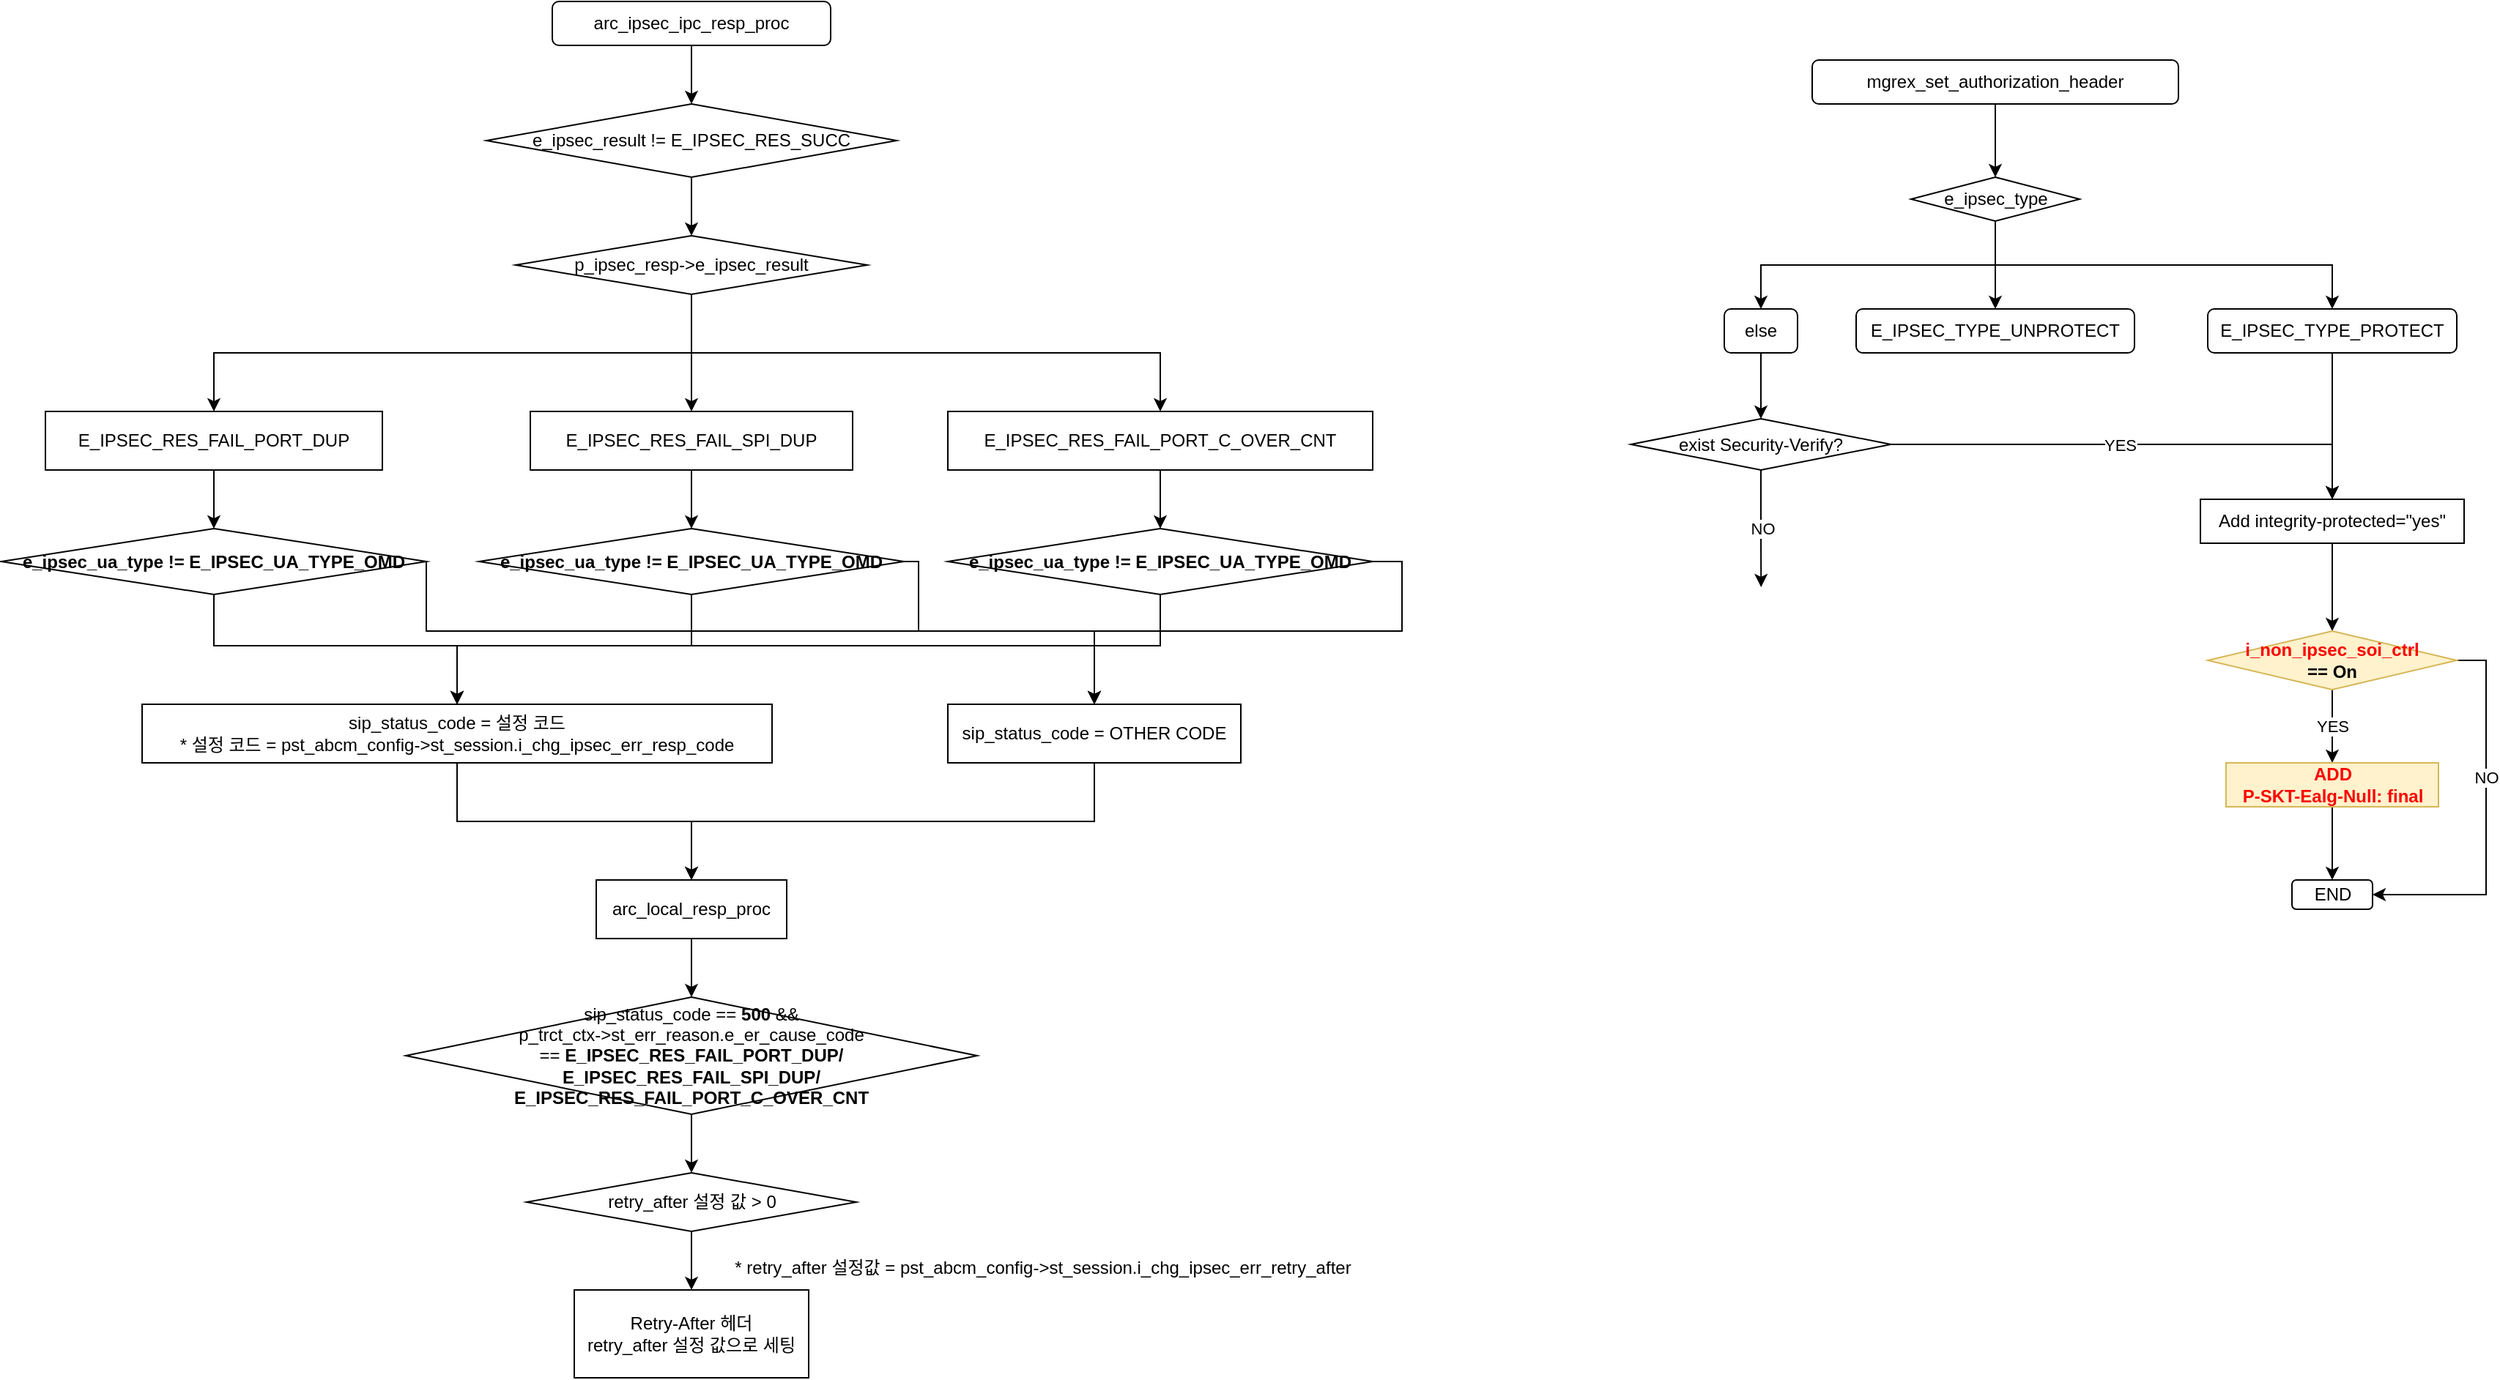
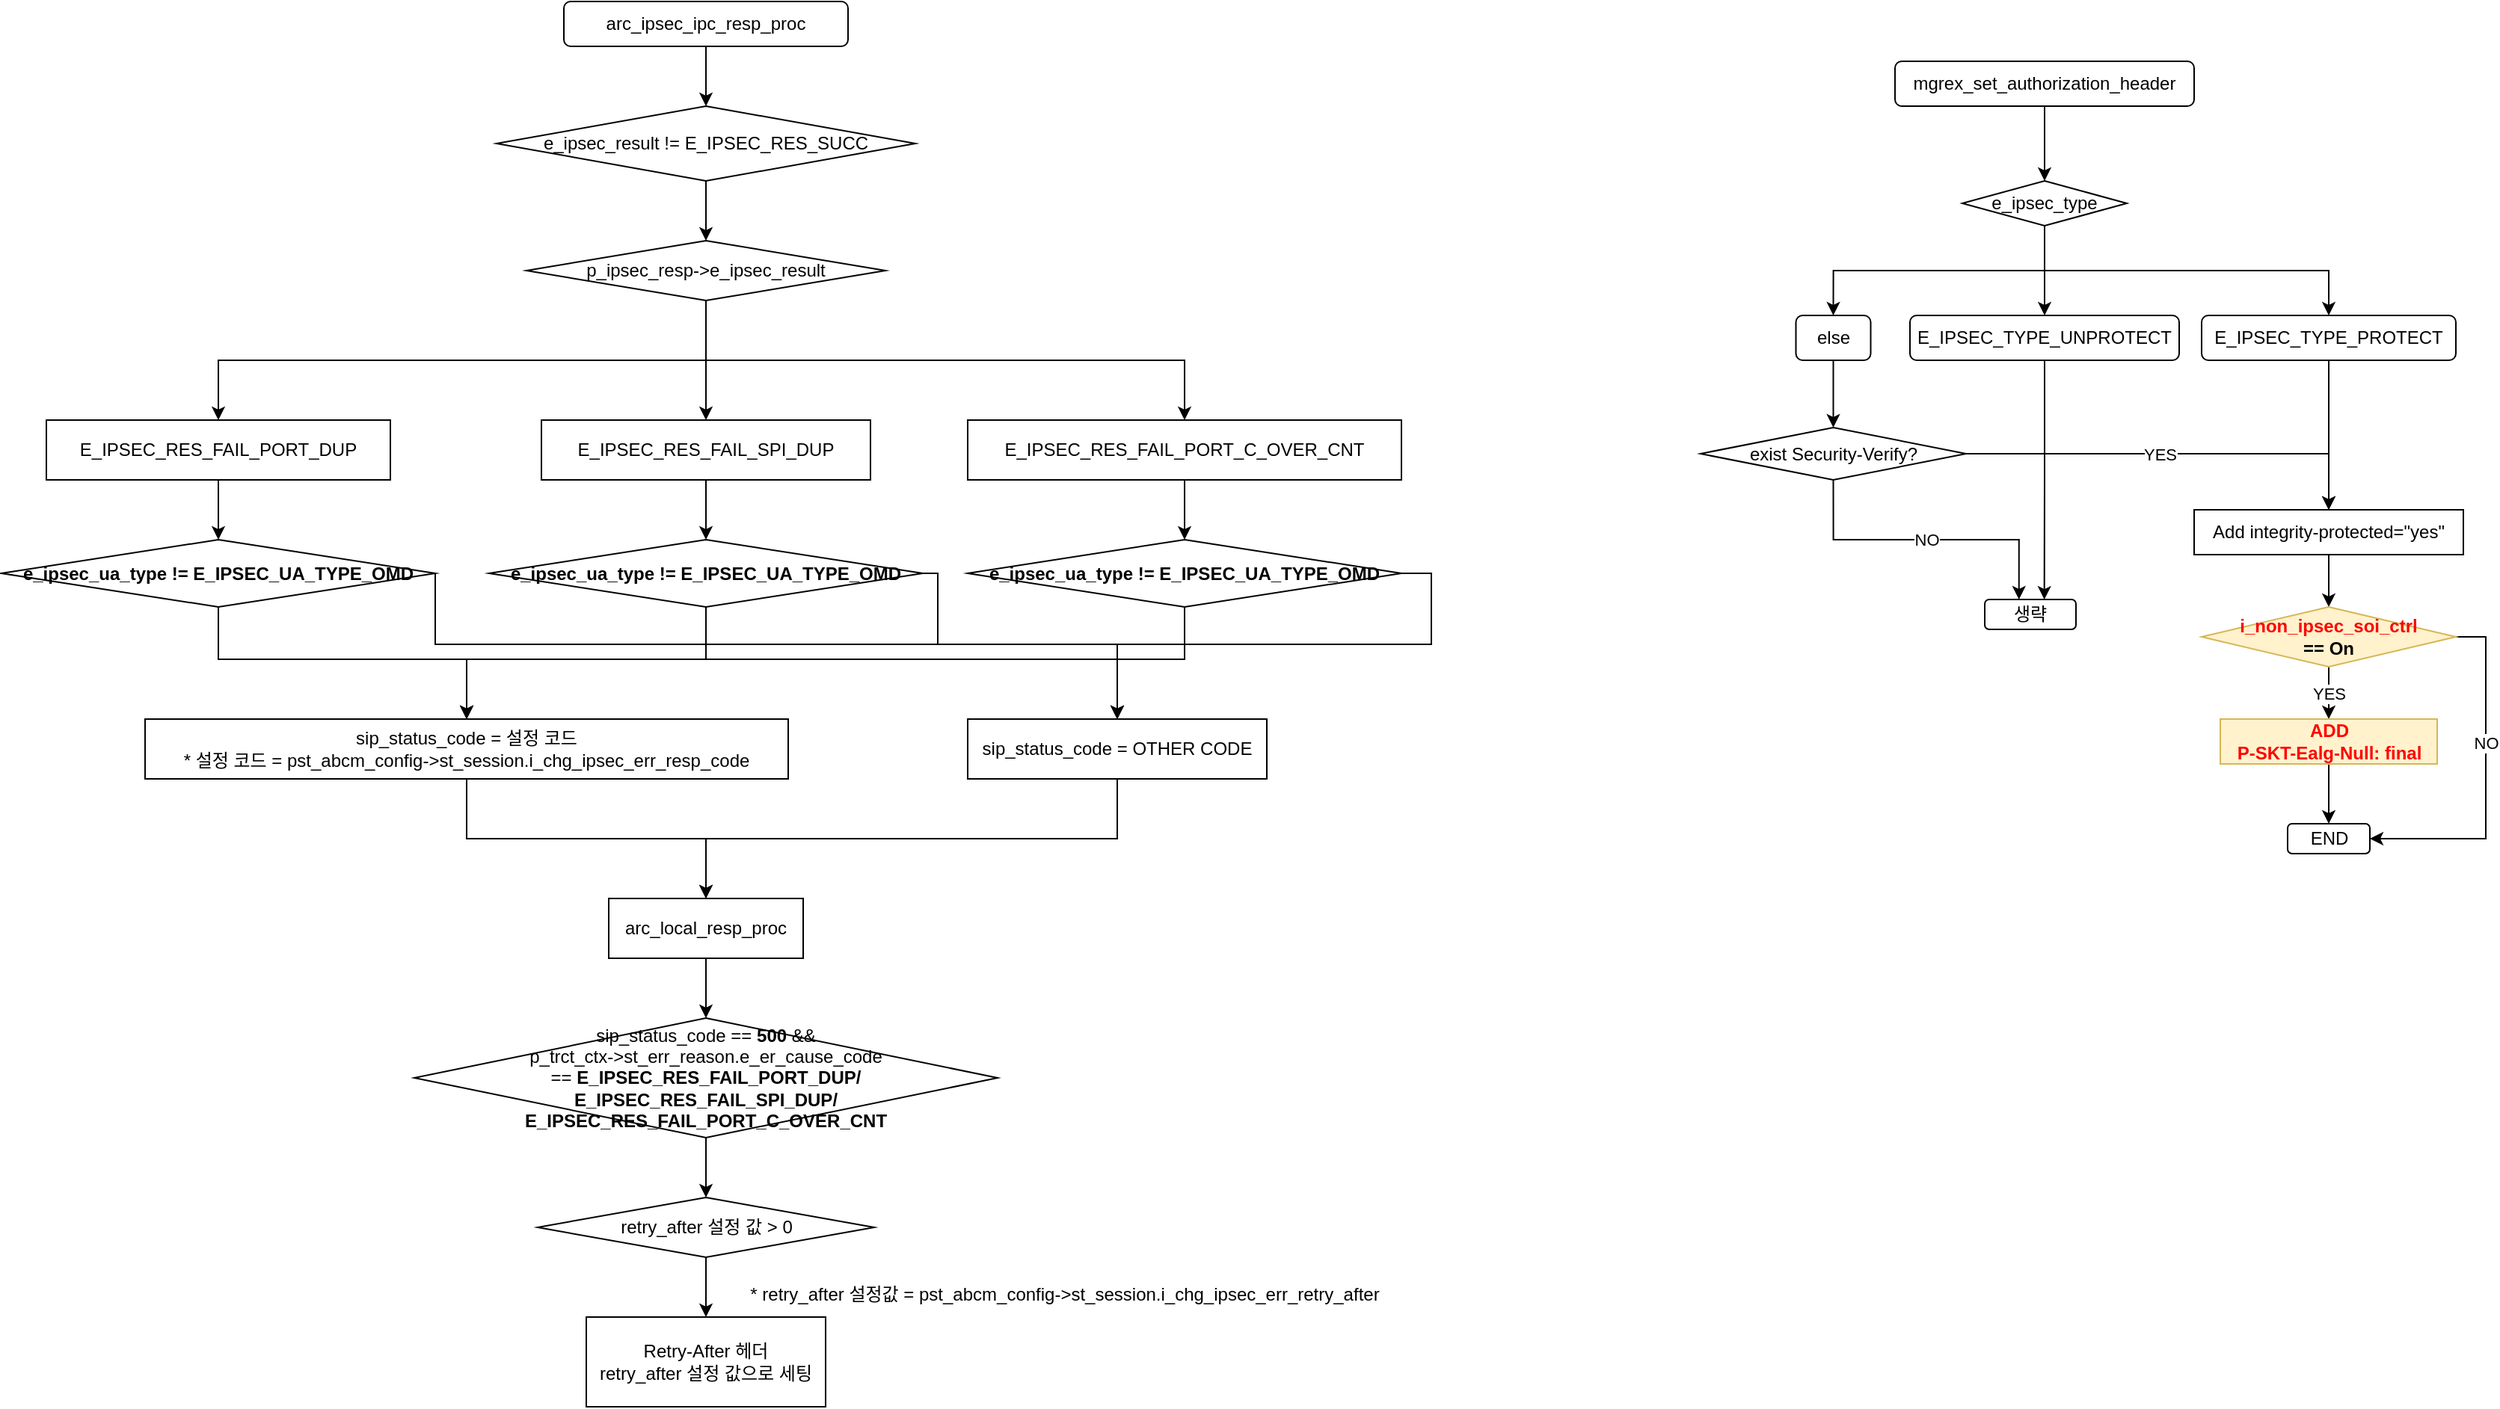
<mxfile host="app.diagrams.net" agent="Mozilla/5.0 (Windows NT 10.0; Win64; x64) AppleWebKit/537.36 (KHTML, like Gecko) Chrome/146.0.0.0 Safari/537.36">
  <diagram name="페이지-1" id="ArqDr0nNUiQ5PRRDUpdb">
-     <mxGraphModel dx="1359" dy="873" grid="1" gridSize="10" guides="1" tooltips="1" connect="1" arrows="1" fold="1" page="1" pageScale="1" pageWidth="827" pageHeight="1169" background="#ffffff" math="0" shadow="0">
+     <mxGraphModel dx="1640" dy="873" grid="1" gridSize="10" guides="1" tooltips="1" connect="1" arrows="1" fold="1" page="1" pageScale="1" pageWidth="827" pageHeight="1169" background="#ffffff" math="0" shadow="0">
      <root>
        <mxCell id="0" />
        <mxCell id="1" parent="0" />
        <mxCell id="JrobUjobabK0j9_YikFy-4" edge="1" parent="1" source="JrobUjobabK0j9_YikFy-1" style="edgeStyle=orthogonalEdgeStyle;rounded=0;orthogonalLoop=1;jettySize=auto;html=1;exitX=0.5;exitY=1;exitDx=0;exitDy=0;entryX=0.5;entryY=0;entryDx=0;entryDy=0;labelBackgroundColor=none;fontColor=default;" target="JrobUjobabK0j9_YikFy-3">
          <mxGeometry relative="1" as="geometry" />
        </mxCell>
        <mxCell id="JrobUjobabK0j9_YikFy-1" parent="1" style="rounded=1;whiteSpace=wrap;html=1;labelBackgroundColor=none;" value="arc_ipsec_ipc_resp_proc" vertex="1">
          <mxGeometry height="30" width="190" x="310" y="80" as="geometry" />
        </mxCell>
        <mxCell id="JrobUjobabK0j9_YikFy-8" edge="1" parent="1" source="JrobUjobabK0j9_YikFy-3" style="edgeStyle=orthogonalEdgeStyle;rounded=0;orthogonalLoop=1;jettySize=auto;html=1;exitX=0.5;exitY=1;exitDx=0;exitDy=0;entryX=0.5;entryY=0;entryDx=0;entryDy=0;labelBackgroundColor=none;fontColor=default;" target="JrobUjobabK0j9_YikFy-6">
          <mxGeometry relative="1" as="geometry" />
        </mxCell>
        <mxCell id="JrobUjobabK0j9_YikFy-3" parent="1" style="rhombus;whiteSpace=wrap;html=1;labelBackgroundColor=none;" value="e_ipsec_result != E_IPSEC_RES_SUCC" vertex="1">
          <mxGeometry height="50" width="280" x="265" y="150" as="geometry" />
        </mxCell>
        <mxCell id="JrobUjobabK0j9_YikFy-12" edge="1" parent="1" source="JrobUjobabK0j9_YikFy-6" style="edgeStyle=orthogonalEdgeStyle;rounded=0;orthogonalLoop=1;jettySize=auto;html=1;exitX=0.5;exitY=1;exitDx=0;exitDy=0;entryX=0.5;entryY=0;entryDx=0;entryDy=0;labelBackgroundColor=none;fontColor=default;" target="JrobUjobabK0j9_YikFy-9">
          <mxGeometry relative="1" as="geometry" />
        </mxCell>
        <mxCell id="JrobUjobabK0j9_YikFy-13" edge="1" parent="1" source="JrobUjobabK0j9_YikFy-6" style="edgeStyle=orthogonalEdgeStyle;rounded=0;orthogonalLoop=1;jettySize=auto;html=1;exitX=0.5;exitY=1;exitDx=0;exitDy=0;entryX=0.5;entryY=0;entryDx=0;entryDy=0;labelBackgroundColor=none;fontColor=default;" target="JrobUjobabK0j9_YikFy-10">
          <mxGeometry relative="1" as="geometry" />
        </mxCell>
        <mxCell id="JrobUjobabK0j9_YikFy-14" edge="1" parent="1" source="JrobUjobabK0j9_YikFy-6" style="edgeStyle=orthogonalEdgeStyle;rounded=0;orthogonalLoop=1;jettySize=auto;html=1;exitX=0.5;exitY=1;exitDx=0;exitDy=0;entryX=0.5;entryY=0;entryDx=0;entryDy=0;labelBackgroundColor=none;fontColor=default;" target="JrobUjobabK0j9_YikFy-11">
          <mxGeometry relative="1" as="geometry" />
        </mxCell>
        <mxCell id="JrobUjobabK0j9_YikFy-6" parent="1" style="rhombus;whiteSpace=wrap;html=1;labelBackgroundColor=none;" value="p_ipsec_resp-&amp;gt;e_ipsec_result" vertex="1">
          <mxGeometry height="40" width="240" x="285" y="240" as="geometry" />
        </mxCell>
        <mxCell id="JrobUjobabK0j9_YikFy-16" edge="1" parent="1" source="JrobUjobabK0j9_YikFy-9" style="edgeStyle=orthogonalEdgeStyle;rounded=0;orthogonalLoop=1;jettySize=auto;html=1;exitX=0.5;exitY=1;exitDx=0;exitDy=0;entryX=0.5;entryY=0;entryDx=0;entryDy=0;labelBackgroundColor=none;fontColor=default;" target="JrobUjobabK0j9_YikFy-15">
          <mxGeometry relative="1" as="geometry" />
        </mxCell>
        <mxCell id="JrobUjobabK0j9_YikFy-9" parent="1" style="rounded=0;whiteSpace=wrap;html=1;labelBackgroundColor=none;" value="E_IPSEC_RES_FAIL_PORT_DUP" vertex="1">
          <mxGeometry height="40" width="230" x="-36" y="360" as="geometry" />
        </mxCell>
        <mxCell id="JrobUjobabK0j9_YikFy-20" edge="1" parent="1" source="JrobUjobabK0j9_YikFy-10" style="edgeStyle=orthogonalEdgeStyle;rounded=0;orthogonalLoop=1;jettySize=auto;html=1;exitX=0.5;exitY=1;exitDx=0;exitDy=0;entryX=0.5;entryY=0;entryDx=0;entryDy=0;labelBackgroundColor=none;fontColor=default;" target="JrobUjobabK0j9_YikFy-17">
          <mxGeometry relative="1" as="geometry" />
        </mxCell>
        <mxCell id="JrobUjobabK0j9_YikFy-10" parent="1" style="rounded=0;whiteSpace=wrap;html=1;labelBackgroundColor=none;" value="E_IPSEC_RES_FAIL_SPI_DUP" vertex="1">
          <mxGeometry height="40" width="220" x="295" y="360" as="geometry" />
        </mxCell>
        <mxCell id="JrobUjobabK0j9_YikFy-19" edge="1" parent="1" source="JrobUjobabK0j9_YikFy-11" style="edgeStyle=orthogonalEdgeStyle;rounded=0;orthogonalLoop=1;jettySize=auto;html=1;exitX=0.5;exitY=1;exitDx=0;exitDy=0;entryX=0.5;entryY=0;entryDx=0;entryDy=0;labelBackgroundColor=none;fontColor=default;" target="JrobUjobabK0j9_YikFy-18">
          <mxGeometry relative="1" as="geometry" />
        </mxCell>
        <mxCell id="JrobUjobabK0j9_YikFy-11" parent="1" style="rounded=0;whiteSpace=wrap;html=1;labelBackgroundColor=none;" value="E_IPSEC_RES_FAIL_PORT_C_OVER_CNT" vertex="1">
          <mxGeometry height="40" width="290" x="580" y="360" as="geometry" />
        </mxCell>
        <mxCell id="JrobUjobabK0j9_YikFy-25" edge="1" parent="1" source="JrobUjobabK0j9_YikFy-15" style="edgeStyle=orthogonalEdgeStyle;rounded=0;orthogonalLoop=1;jettySize=auto;html=1;exitX=1;exitY=0.5;exitDx=0;exitDy=0;entryX=0.5;entryY=0;entryDx=0;entryDy=0;labelBackgroundColor=none;fontColor=default;" target="JrobUjobabK0j9_YikFy-23">
          <mxGeometry relative="1" as="geometry">
            <Array as="points">
              <mxPoint x="224" y="510" />
              <mxPoint x="680" y="510" />
            </Array>
          </mxGeometry>
        </mxCell>
        <mxCell id="JrobUjobabK0j9_YikFy-28" edge="1" parent="1" source="JrobUjobabK0j9_YikFy-15" style="edgeStyle=orthogonalEdgeStyle;rounded=0;orthogonalLoop=1;jettySize=auto;html=1;exitX=0.5;exitY=1;exitDx=0;exitDy=0;entryX=0.5;entryY=0;entryDx=0;entryDy=0;labelBackgroundColor=none;fontColor=default;" target="JrobUjobabK0j9_YikFy-22">
          <mxGeometry relative="1" as="geometry">
            <Array as="points">
              <mxPoint x="79" y="520" />
              <mxPoint x="245" y="520" />
            </Array>
          </mxGeometry>
        </mxCell>
        <mxCell id="JrobUjobabK0j9_YikFy-15" parent="1" style="rhombus;whiteSpace=wrap;html=1;labelBackgroundColor=none;" value="&lt;b&gt;e_ipsec_ua_type != E_IPSEC_UA_TYPE_OMD&lt;/b&gt;" vertex="1">
          <mxGeometry height="45" width="290" x="-66" y="440" as="geometry" />
        </mxCell>
        <mxCell id="JrobUjobabK0j9_YikFy-26" edge="1" parent="1" source="JrobUjobabK0j9_YikFy-17" style="edgeStyle=orthogonalEdgeStyle;rounded=0;orthogonalLoop=1;jettySize=auto;html=1;exitX=1;exitY=0.5;exitDx=0;exitDy=0;entryX=0.5;entryY=0;entryDx=0;entryDy=0;labelBackgroundColor=none;fontColor=default;" target="JrobUjobabK0j9_YikFy-23">
          <mxGeometry relative="1" as="geometry">
            <Array as="points">
              <mxPoint x="560" y="463" />
              <mxPoint x="560" y="510" />
              <mxPoint x="680" y="510" />
            </Array>
          </mxGeometry>
        </mxCell>
        <mxCell id="JrobUjobabK0j9_YikFy-29" edge="1" parent="1" source="JrobUjobabK0j9_YikFy-17" style="edgeStyle=orthogonalEdgeStyle;rounded=0;orthogonalLoop=1;jettySize=auto;html=1;exitX=0.5;exitY=1;exitDx=0;exitDy=0;entryX=0.5;entryY=0;entryDx=0;entryDy=0;labelBackgroundColor=none;fontColor=default;" target="JrobUjobabK0j9_YikFy-22">
          <mxGeometry relative="1" as="geometry">
            <Array as="points">
              <mxPoint x="405" y="520" />
              <mxPoint x="245" y="520" />
            </Array>
          </mxGeometry>
        </mxCell>
        <mxCell id="JrobUjobabK0j9_YikFy-17" parent="1" style="rhombus;whiteSpace=wrap;html=1;labelBackgroundColor=none;" value="&lt;b&gt;e_ipsec_ua_type != E_IPSEC_UA_TYPE_OMD&lt;/b&gt;" vertex="1">
          <mxGeometry height="45" width="290" x="260" y="440" as="geometry" />
        </mxCell>
        <mxCell id="JrobUjobabK0j9_YikFy-27" edge="1" parent="1" source="JrobUjobabK0j9_YikFy-18" style="edgeStyle=orthogonalEdgeStyle;rounded=0;orthogonalLoop=1;jettySize=auto;html=1;exitX=1;exitY=0.5;exitDx=0;exitDy=0;entryX=0.5;entryY=0;entryDx=0;entryDy=0;labelBackgroundColor=none;fontColor=default;" target="JrobUjobabK0j9_YikFy-23">
          <mxGeometry relative="1" as="geometry">
            <Array as="points">
              <mxPoint x="890" y="463" />
              <mxPoint x="890" y="510" />
              <mxPoint x="680" y="510" />
            </Array>
          </mxGeometry>
        </mxCell>
        <mxCell id="JrobUjobabK0j9_YikFy-30" edge="1" parent="1" source="JrobUjobabK0j9_YikFy-18" style="edgeStyle=orthogonalEdgeStyle;rounded=0;orthogonalLoop=1;jettySize=auto;html=1;exitX=0.5;exitY=1;exitDx=0;exitDy=0;entryX=0.5;entryY=0;entryDx=0;entryDy=0;labelBackgroundColor=none;fontColor=default;" target="JrobUjobabK0j9_YikFy-22">
          <mxGeometry relative="1" as="geometry">
            <Array as="points">
              <mxPoint x="725" y="520" />
              <mxPoint x="245" y="520" />
            </Array>
          </mxGeometry>
        </mxCell>
        <mxCell id="JrobUjobabK0j9_YikFy-18" parent="1" style="rhombus;whiteSpace=wrap;html=1;labelBackgroundColor=none;" value="&lt;b&gt;e_ipsec_ua_type != E_IPSEC_UA_TYPE_OMD&lt;/b&gt;" vertex="1">
          <mxGeometry height="45" width="290" x="580" y="440" as="geometry" />
        </mxCell>
        <mxCell id="JrobUjobabK0j9_YikFy-32" edge="1" parent="1" source="JrobUjobabK0j9_YikFy-22" style="edgeStyle=orthogonalEdgeStyle;rounded=0;orthogonalLoop=1;jettySize=auto;html=1;exitX=0.5;exitY=1;exitDx=0;exitDy=0;entryX=0.5;entryY=0;entryDx=0;entryDy=0;labelBackgroundColor=none;fontColor=default;" target="JrobUjobabK0j9_YikFy-31">
          <mxGeometry relative="1" as="geometry" />
        </mxCell>
        <mxCell id="JrobUjobabK0j9_YikFy-22" parent="1" style="rounded=0;whiteSpace=wrap;html=1;labelBackgroundColor=none;" value="sip_status_code = 설정 코드&lt;div&gt;* 설정 코드 = pst_abcm_config-&amp;gt;st_session.i_chg_ipsec_err_resp_code&lt;/div&gt;" vertex="1">
          <mxGeometry height="40" width="430" x="30" y="560" as="geometry" />
        </mxCell>
        <mxCell id="JrobUjobabK0j9_YikFy-33" edge="1" parent="1" source="JrobUjobabK0j9_YikFy-23" style="edgeStyle=orthogonalEdgeStyle;rounded=0;orthogonalLoop=1;jettySize=auto;html=1;exitX=0.5;exitY=1;exitDx=0;exitDy=0;entryX=0.5;entryY=0;entryDx=0;entryDy=0;labelBackgroundColor=none;fontColor=default;" target="JrobUjobabK0j9_YikFy-31">
          <mxGeometry relative="1" as="geometry" />
        </mxCell>
        <mxCell id="JrobUjobabK0j9_YikFy-23" parent="1" style="rounded=0;whiteSpace=wrap;html=1;labelBackgroundColor=none;" value="sip_status_code = OTHER CODE" vertex="1">
          <mxGeometry height="40" width="200" x="580" y="560" as="geometry" />
        </mxCell>
        <mxCell id="JrobUjobabK0j9_YikFy-35" edge="1" parent="1" source="JrobUjobabK0j9_YikFy-31" style="edgeStyle=orthogonalEdgeStyle;rounded=0;orthogonalLoop=1;jettySize=auto;html=1;exitX=0.5;exitY=1;exitDx=0;exitDy=0;entryX=0.5;entryY=0;entryDx=0;entryDy=0;labelBackgroundColor=none;fontColor=default;" target="JrobUjobabK0j9_YikFy-34">
          <mxGeometry relative="1" as="geometry" />
        </mxCell>
        <mxCell id="JrobUjobabK0j9_YikFy-31" parent="1" style="rounded=0;whiteSpace=wrap;html=1;labelBackgroundColor=none;" value="arc_local_resp_proc" vertex="1">
          <mxGeometry height="40" width="130" x="340" y="680" as="geometry" />
        </mxCell>
        <mxCell id="JrobUjobabK0j9_YikFy-38" edge="1" parent="1" source="JrobUjobabK0j9_YikFy-34" style="edgeStyle=orthogonalEdgeStyle;rounded=0;orthogonalLoop=1;jettySize=auto;html=1;exitX=0.5;exitY=1;exitDx=0;exitDy=0;entryX=0.5;entryY=0;entryDx=0;entryDy=0;labelBackgroundColor=none;fontColor=default;" target="JrobUjobabK0j9_YikFy-36">
          <mxGeometry relative="1" as="geometry" />
        </mxCell>
        <mxCell id="JrobUjobabK0j9_YikFy-34" parent="1" style="rhombus;whiteSpace=wrap;html=1;labelBackgroundColor=none;" value="sip_status_code == &lt;b&gt;500&lt;/b&gt; &amp;amp;&amp;amp;&lt;div&gt;p_trct_ctx-&amp;gt;st_err_reason.e_er_cause_code ==&amp;nbsp;&lt;span style=&quot;background-color: transparent; color: light-dark(rgb(0, 0, 0), rgb(255, 255, 255));&quot;&gt;&lt;b&gt;E_IPSEC_RES_FAIL_PORT_DUP/&lt;/b&gt;&lt;/span&gt;&lt;/div&gt;&lt;div&gt;&lt;b&gt;E_IPSEC_RES_FAIL_SPI_DUP/&lt;span style=&quot;background-color: transparent; color: light-dark(rgb(0, 0, 0), rgb(255, 255, 255));&quot;&gt;&lt;/span&gt;&lt;/b&gt;&lt;/div&gt;&lt;div&gt;&lt;b&gt;E_IPSEC_RES_FAIL_PORT_C_OVER_CNT&lt;/b&gt;&lt;/div&gt;" vertex="1">
          <mxGeometry height="80" width="390" x="210" y="760" as="geometry" />
        </mxCell>
        <mxCell id="JrobUjobabK0j9_YikFy-40" edge="1" parent="1" source="JrobUjobabK0j9_YikFy-36" style="edgeStyle=orthogonalEdgeStyle;rounded=0;orthogonalLoop=1;jettySize=auto;html=1;exitX=0.5;exitY=1;exitDx=0;exitDy=0;entryX=0.5;entryY=0;entryDx=0;entryDy=0;labelBackgroundColor=none;fontColor=default;" target="JrobUjobabK0j9_YikFy-39">
          <mxGeometry relative="1" as="geometry" />
        </mxCell>
        <mxCell id="JrobUjobabK0j9_YikFy-36" parent="1" style="rhombus;whiteSpace=wrap;html=1;labelBackgroundColor=none;" value="retry_after 설정 값 &amp;gt; 0" vertex="1">
          <mxGeometry height="40" width="225" x="292.5" y="880" as="geometry" />
        </mxCell>
        <mxCell id="JrobUjobabK0j9_YikFy-37" parent="1" style="text;html=1;whiteSpace=wrap;strokeColor=none;fillColor=none;align=center;verticalAlign=middle;rounded=0;labelBackgroundColor=none;" value="* retry_after 설정값 =&amp;nbsp;pst_abcm_config-&amp;gt;st_session.i_chg_ipsec_err_retry_after" vertex="1">
          <mxGeometry height="30" width="450" x="420" y="930" as="geometry" />
        </mxCell>
        <mxCell id="JrobUjobabK0j9_YikFy-39" parent="1" style="rounded=0;whiteSpace=wrap;html=1;labelBackgroundColor=none;" value="Retry-After 헤더&lt;div&gt;retry_after 설정 값으로 세팅&lt;/div&gt;" vertex="1">
          <mxGeometry height="60" width="160" x="325" y="960" as="geometry" />
        </mxCell>
        <mxCell id="DFyut3zs67x-nQRb0dhE-3" edge="1" parent="1" source="DFyut3zs67x-nQRb0dhE-1" style="edgeStyle=orthogonalEdgeStyle;rounded=0;orthogonalLoop=1;jettySize=auto;html=1;exitX=0.5;exitY=1;exitDx=0;exitDy=0;entryX=0.5;entryY=0;entryDx=0;entryDy=0;labelBackgroundColor=none;fontColor=default;" target="DFyut3zs67x-nQRb0dhE-2">
          <mxGeometry relative="1" as="geometry" />
        </mxCell>
        <mxCell id="DFyut3zs67x-nQRb0dhE-1" parent="1" style="rounded=1;whiteSpace=wrap;html=1;labelBackgroundColor=none;" value="mgrex_set_authorization_header" vertex="1">
-           <mxGeometry height="30" width="250" x="1170" y="120" as="geometry" />
+           <mxGeometry height="30" width="200" x="1200" y="120" as="geometry" />
        </mxCell>
        <mxCell id="DFyut3zs67x-nQRb0dhE-10" edge="1" parent="1" source="DFyut3zs67x-nQRb0dhE-2" style="edgeStyle=orthogonalEdgeStyle;rounded=0;orthogonalLoop=1;jettySize=auto;html=1;exitX=0.5;exitY=1;exitDx=0;exitDy=0;entryX=0.5;entryY=0;entryDx=0;entryDy=0;labelBackgroundColor=none;fontColor=default;" target="DFyut3zs67x-nQRb0dhE-4">
          <mxGeometry relative="1" as="geometry" />
        </mxCell>
        <mxCell id="DFyut3zs67x-nQRb0dhE-11" edge="1" parent="1" source="DFyut3zs67x-nQRb0dhE-2" style="edgeStyle=orthogonalEdgeStyle;rounded=0;orthogonalLoop=1;jettySize=auto;html=1;exitX=0.5;exitY=1;exitDx=0;exitDy=0;entryX=0.5;entryY=0;entryDx=0;entryDy=0;labelBackgroundColor=none;fontColor=default;" target="DFyut3zs67x-nQRb0dhE-5">
          <mxGeometry relative="1" as="geometry" />
        </mxCell>
        <mxCell id="DFyut3zs67x-nQRb0dhE-12" edge="1" parent="1" source="DFyut3zs67x-nQRb0dhE-2" style="edgeStyle=orthogonalEdgeStyle;rounded=0;orthogonalLoop=1;jettySize=auto;html=1;exitX=0.5;exitY=1;exitDx=0;exitDy=0;entryX=0.5;entryY=0;entryDx=0;entryDy=0;labelBackgroundColor=none;fontColor=default;" target="DFyut3zs67x-nQRb0dhE-7">
          <mxGeometry relative="1" as="geometry" />
        </mxCell>
        <mxCell id="DFyut3zs67x-nQRb0dhE-2" parent="1" style="rhombus;whiteSpace=wrap;html=1;labelBackgroundColor=none;" value="e_ipsec_type" vertex="1">
-           <mxGeometry height="30" width="115" x="1237.5" y="200" as="geometry" />
+           <mxGeometry height="30" width="110" x="1245" y="200" as="geometry" />
        </mxCell>
        <mxCell id="DFyut3zs67x-nQRb0dhE-9" edge="1" parent="1" source="DFyut3zs67x-nQRb0dhE-4" style="edgeStyle=orthogonalEdgeStyle;rounded=0;orthogonalLoop=1;jettySize=auto;html=1;exitX=0.5;exitY=1;exitDx=0;exitDy=0;entryX=0.5;entryY=0;entryDx=0;entryDy=0;labelBackgroundColor=none;fontColor=default;" target="DFyut3zs67x-nQRb0dhE-8">
          <mxGeometry relative="1" as="geometry" />
        </mxCell>
        <mxCell id="DFyut3zs67x-nQRb0dhE-4" parent="1" style="rounded=1;whiteSpace=wrap;html=1;labelBackgroundColor=none;" value="E_IPSEC_TYPE_PROTECT" vertex="1">
-           <mxGeometry height="30" width="170" x="1440" y="290" as="geometry" />
+           <mxGeometry height="30" width="170" x="1405" y="290" as="geometry" />
+         </mxCell>
+         <mxCell id="DFyut3zs67x-nQRb0dhE-28" edge="1" parent="1" source="DFyut3zs67x-nQRb0dhE-5" style="edgeStyle=orthogonalEdgeStyle;rounded=0;orthogonalLoop=1;jettySize=auto;html=1;exitX=0.5;exitY=1;exitDx=0;exitDy=0;entryX=0.653;entryY=0.002;entryDx=0;entryDy=0;entryPerimeter=0;" target="DFyut3zs67x-nQRb0dhE-24">
+           <mxGeometry relative="1" as="geometry">
+             <mxPoint x="1299.9411764705883" y="480" as="targetPoint" />
+           </mxGeometry>
        </mxCell>
        <mxCell id="DFyut3zs67x-nQRb0dhE-5" parent="1" style="rounded=1;whiteSpace=wrap;html=1;labelBackgroundColor=none;" value="E_IPSEC_TYPE_UNPROTECT" vertex="1">
-           <mxGeometry height="30" width="190" x="1200" y="290" as="geometry" />
+           <mxGeometry height="30" width="180" x="1210" y="290" as="geometry" />
        </mxCell>
        <mxCell id="DFyut3zs67x-nQRb0dhE-21" edge="1" parent="1" source="DFyut3zs67x-nQRb0dhE-7" style="edgeStyle=orthogonalEdgeStyle;rounded=0;orthogonalLoop=1;jettySize=auto;html=1;exitX=0.5;exitY=1;exitDx=0;exitDy=0;entryX=0.5;entryY=0;entryDx=0;entryDy=0;" target="DFyut3zs67x-nQRb0dhE-20">
          <mxGeometry relative="1" as="geometry" />
        </mxCell>
        <mxCell id="DFyut3zs67x-nQRb0dhE-7" parent="1" style="rounded=1;whiteSpace=wrap;html=1;labelBackgroundColor=none;" value="else" vertex="1">
-           <mxGeometry height="30" width="50" x="1110" y="290" as="geometry" />
+           <mxGeometry height="30" width="50" x="1133.75" y="290" as="geometry" />
        </mxCell>
        <mxCell id="DFyut3zs67x-nQRb0dhE-14" edge="1" parent="1" source="DFyut3zs67x-nQRb0dhE-8" style="edgeStyle=orthogonalEdgeStyle;rounded=0;orthogonalLoop=1;jettySize=auto;html=1;exitX=0.5;exitY=1;exitDx=0;exitDy=0;entryX=0.5;entryY=0;entryDx=0;entryDy=0;" target="DFyut3zs67x-nQRb0dhE-13">
          <mxGeometry relative="1" as="geometry" />
        </mxCell>
        <mxCell id="DFyut3zs67x-nQRb0dhE-8" parent="1" style="rounded=0;whiteSpace=wrap;html=1;labelBackgroundColor=none;" value="Add integrity-protected=&quot;yes&quot;" vertex="1">
-           <mxGeometry height="30" width="180" x="1435" y="420" as="geometry" />
+           <mxGeometry height="30" width="180" x="1400" y="420" as="geometry" />
        </mxCell>
        <mxCell id="DFyut3zs67x-nQRb0dhE-16" edge="1" parent="1" source="DFyut3zs67x-nQRb0dhE-13" style="edgeStyle=orthogonalEdgeStyle;rounded=0;orthogonalLoop=1;jettySize=auto;html=1;exitX=0.5;exitY=1;exitDx=0;exitDy=0;entryX=0.5;entryY=0;entryDx=0;entryDy=0;" target="DFyut3zs67x-nQRb0dhE-15" value="YES">
          <mxGeometry relative="1" as="geometry" />
        </mxCell>
        <mxCell id="DFyut3zs67x-nQRb0dhE-19" edge="1" parent="1" source="DFyut3zs67x-nQRb0dhE-13" style="edgeStyle=orthogonalEdgeStyle;rounded=0;orthogonalLoop=1;jettySize=auto;html=1;exitX=1;exitY=0.5;exitDx=0;exitDy=0;entryX=1;entryY=0.5;entryDx=0;entryDy=0;" target="DFyut3zs67x-nQRb0dhE-17" value="NO">
          <mxGeometry relative="1" x="-0.2233" as="geometry">
            <mxPoint as="offset" />
          </mxGeometry>
        </mxCell>
        <mxCell id="DFyut3zs67x-nQRb0dhE-13" parent="1" style="rhombus;whiteSpace=wrap;html=1;fillColor=#fff2cc;strokeColor=#d6b656;" value="&lt;b&gt;&lt;font style=&quot;color: rgb(255, 0, 0);&quot;&gt;i_non_ipsec_soi_ctrl&lt;/font&gt;&lt;br&gt;== On&lt;/b&gt;" vertex="1">
-           <mxGeometry height="40" width="170" x="1440" y="510" as="geometry" />
+           <mxGeometry height="40" width="170" x="1405" y="485" as="geometry" />
        </mxCell>
        <mxCell id="DFyut3zs67x-nQRb0dhE-18" edge="1" parent="1" source="DFyut3zs67x-nQRb0dhE-15" style="edgeStyle=orthogonalEdgeStyle;rounded=0;orthogonalLoop=1;jettySize=auto;html=1;exitX=0.5;exitY=1;exitDx=0;exitDy=0;entryX=0.5;entryY=0;entryDx=0;entryDy=0;" target="DFyut3zs67x-nQRb0dhE-17">
          <mxGeometry relative="1" as="geometry" />
        </mxCell>
        <mxCell id="DFyut3zs67x-nQRb0dhE-15" parent="1" style="rounded=0;whiteSpace=wrap;html=1;fillColor=#fff2cc;strokeColor=#d6b656;" value="&lt;b&gt;&lt;font style=&quot;color: rgb(255, 0, 0);&quot;&gt;ADD&lt;/font&gt;&lt;/b&gt;&lt;div&gt;&lt;b&gt;&lt;font style=&quot;color: rgb(255, 0, 0);&quot;&gt;P-SKT-Ealg-Null: final&lt;/font&gt;&lt;/b&gt;&lt;/div&gt;" vertex="1">
-           <mxGeometry height="30" width="145" x="1452.5" y="600" as="geometry" />
+           <mxGeometry height="30" width="145" x="1417.5" y="560" as="geometry" />
        </mxCell>
        <mxCell id="DFyut3zs67x-nQRb0dhE-17" parent="1" style="rounded=1;whiteSpace=wrap;html=1;" value="END" vertex="1">
-           <mxGeometry height="20" width="55" x="1497.5" y="680" as="geometry" />
+           <mxGeometry height="20" width="55" x="1462.5" y="630" as="geometry" />
        </mxCell>
        <mxCell id="DFyut3zs67x-nQRb0dhE-22" edge="1" parent="1" source="DFyut3zs67x-nQRb0dhE-20" style="edgeStyle=orthogonalEdgeStyle;rounded=0;orthogonalLoop=1;jettySize=auto;html=1;exitX=1;exitY=0.5;exitDx=0;exitDy=0;entryX=0.5;entryY=0;entryDx=0;entryDy=0;" target="DFyut3zs67x-nQRb0dhE-8" value="YES">
          <mxGeometry relative="1" x="-0.0774" as="geometry">
            <mxPoint as="offset" />
          </mxGeometry>
        </mxCell>
-         <mxCell id="DFyut3zs67x-nQRb0dhE-23" edge="1" parent="1" source="DFyut3zs67x-nQRb0dhE-20" style="edgeStyle=orthogonalEdgeStyle;rounded=0;orthogonalLoop=1;jettySize=auto;html=1;exitX=0.5;exitY=1;exitDx=0;exitDy=0;" value="NO">
+         <mxCell id="DFyut3zs67x-nQRb0dhE-23" edge="1" parent="1" source="DFyut3zs67x-nQRb0dhE-20" style="edgeStyle=orthogonalEdgeStyle;rounded=0;orthogonalLoop=1;jettySize=auto;html=1;exitX=0.5;exitY=1;exitDx=0;exitDy=0;entryX=0.375;entryY=-0.001;entryDx=0;entryDy=0;entryPerimeter=0;" target="DFyut3zs67x-nQRb0dhE-24" value="NO">
          <mxGeometry relative="1" as="geometry">
            <mxPoint x="1135.1176470588234" y="480" as="targetPoint" />
          </mxGeometry>
        </mxCell>
        <mxCell id="DFyut3zs67x-nQRb0dhE-20" parent="1" style="rhombus;whiteSpace=wrap;html=1;" value="exist&amp;nbsp;&lt;span style=&quot;background-color: transparent; color: light-dark(rgb(0, 0, 0), rgb(255, 255, 255));&quot;&gt;Security-Verify?&lt;/span&gt;" vertex="1">
-           <mxGeometry height="35" width="177.5" x="1046.25" y="365" as="geometry" />
+           <mxGeometry height="35" width="177.5" x="1070" y="365" as="geometry" />
+         </mxCell>
+         <mxCell id="DFyut3zs67x-nQRb0dhE-24" parent="1" style="rounded=1;whiteSpace=wrap;html=1;" value="생략" vertex="1">
+           <mxGeometry height="20" width="61" x="1260" y="480" as="geometry" />
        </mxCell>
      </root>
    </mxGraphModel>
  </diagram>
</mxfile>
